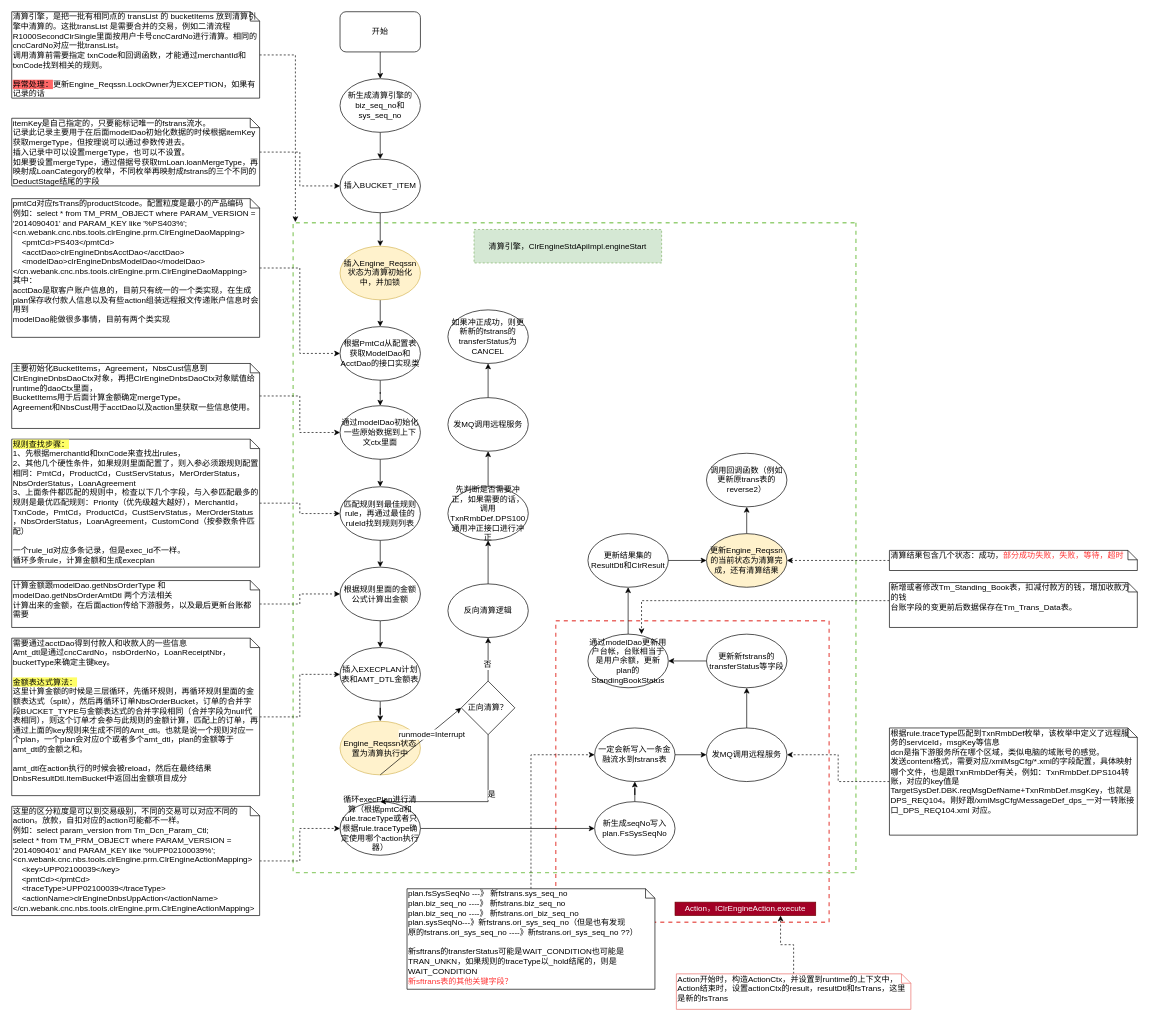
staconfree/design keeps this draw.io diagram as 清算引擎.drawio. Above is the earlier version. Source tidied: cells renumbered, new cells numbered last; positions are measured from the earlier drawing's top-left corner, leaving out a move shared by most shapes. Both pictures are drawn from the tidied source at 67%, with x=0, y=0 at pixel (11, 11).
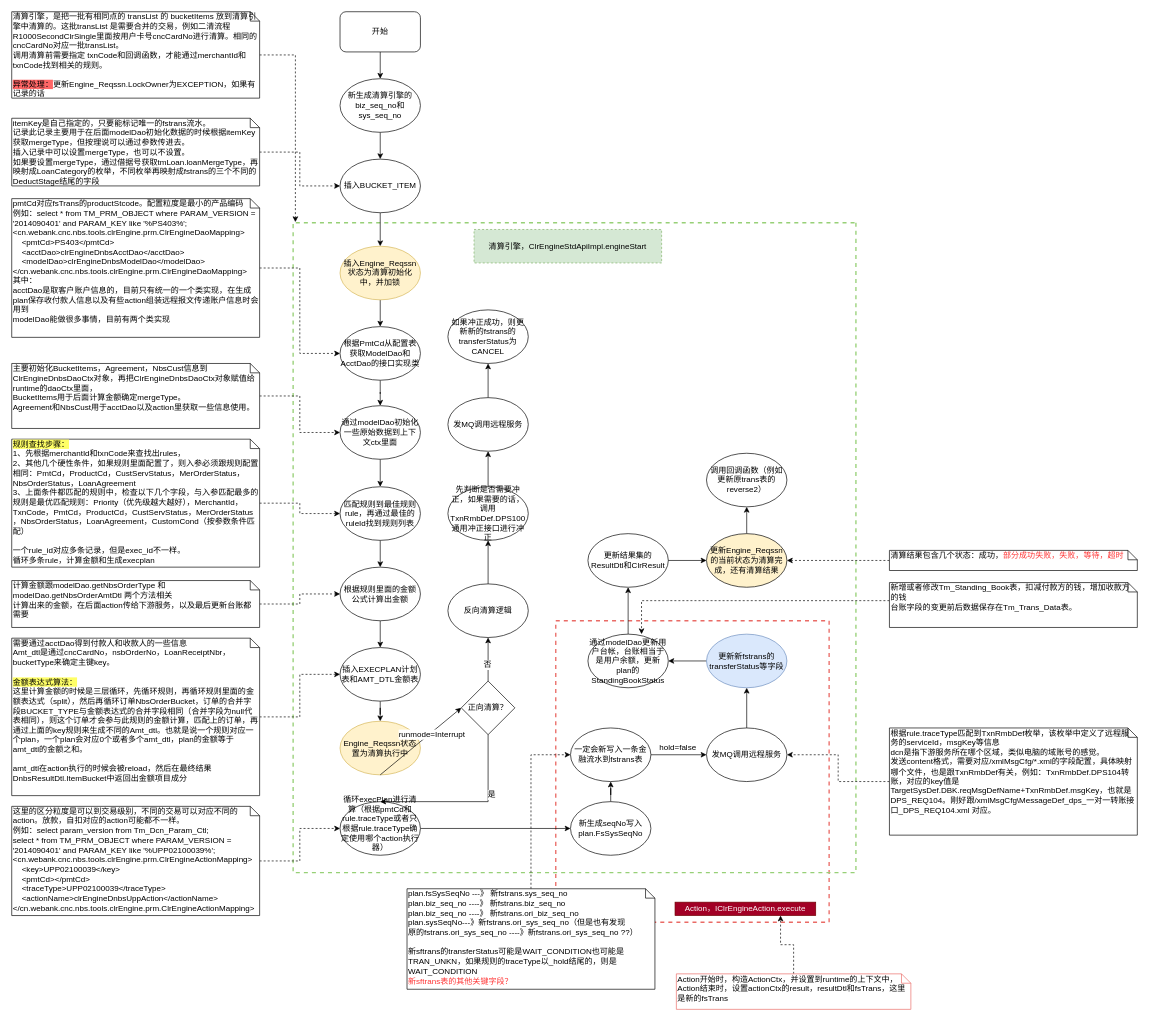
After the change.

Commit message:
更新清算引擎.drawio

The change refers to these unchanged cells:
```xml
<mxCell id="36" value="发MQ调用远程服务" style="ellipse;whiteSpace=wrap;html=1;" parent="1" vertex="1">
  <mxGeometry x="1037" y="1069" width="120" height="80" as="geometry" />
</mxCell>
```

Diff of the diagram source:
```diff
@@
     <mxCell id="30" value="新生成seqNo写入plan.FsSysSeqNo" style="ellipse;whiteSpace=wrap;html=1;" parent="1" vertex="1">
-      <mxGeometry x="870" y="1179" width="120" height="80" as="geometry" />
+      <mxGeometry x="834" y="1179" width="120" height="80" as="geometry" />
     </mxCell>
-    <mxCell id="31" style="edgeStyle=orthogonalEdgeStyle;rounded=0;jettySize=auto;html=1;" parent="1" edge="1" source="32" target="36">
+    <mxCell id="31" style="edgeStyle=orthogonalEdgeStyle;rounded=0;jettySize=auto;html=1;exitX=1;exitY=0.5;exitDx=0;exitDy=0;" parent="1" edge="1" source="32" target="36">
       <mxGeometry relative="1" as="geometry" />
     </mxCell>
+    <mxCell id="82" value="&lt;br&gt;hold=false" style="text;html=1;align=center;verticalAlign=middle;labelBackgroundColor=#ffffff;" parent="31" vertex="1">
+      <mxGeometry x="0.88" y="2" relative="1" as="geometry">
+        <mxPoint x="-39" y="-18" as="offset" />
+      </mxGeometry>
+    </mxCell>
     <mxCell id="32" value="一定会新写入一条金融流水到fstrans表" style="ellipse;whiteSpace=wrap;html=1;" parent="1" vertex="1">
-      <mxGeometry x="870" y="1069" width="120" height="80" as="geometry" />
+      <mxGeometry x="834" y="1069" width="120" height="80" as="geometry" />
     </mxCell>
@@
-    <mxCell id="38" value="更新新fstrans的transferStatus等字段" style="ellipse;whiteSpace=wrap;html=1;" parent="1" vertex="1">
+    <mxCell id="38" value="更新新fstrans的transferStatus等字段" style="ellipse;whiteSpace=wrap;html=1;fillColor=#dae8fc;strokeColor=#6c8ebf;" parent="1" vertex="1">
       <mxGeometry x="1037" y="929" width="120" height="80" as="geometry" />
     </mxCell>
```
